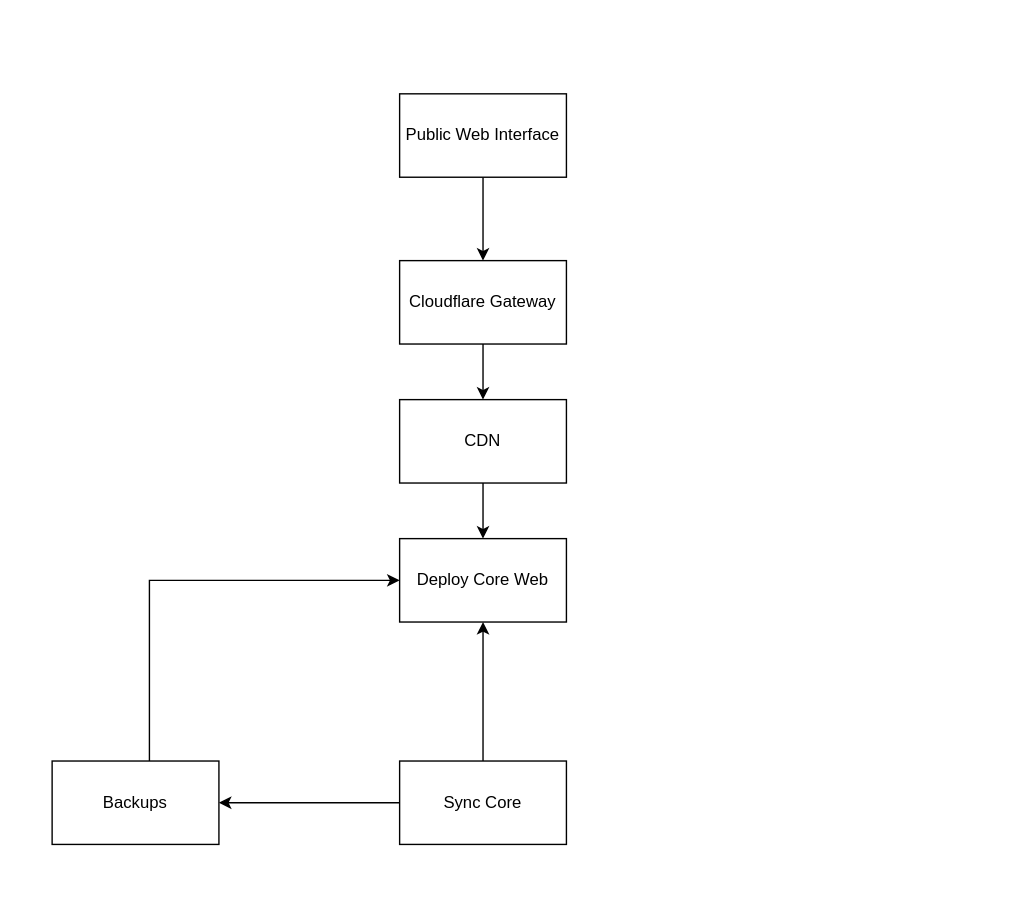
This is docs/webarch.drawio from FireEndymion235/Teyvatedu, a draw.io file, before an edit. Source tidied: cells renumbered, new cells numbered last; positions are measured from the earlier drawing's top-left corner, leaving out a move shared by most shapes. Both pictures are drawn from the tidied source at 139%, with x=0, y=0 at pixel (51, 93).
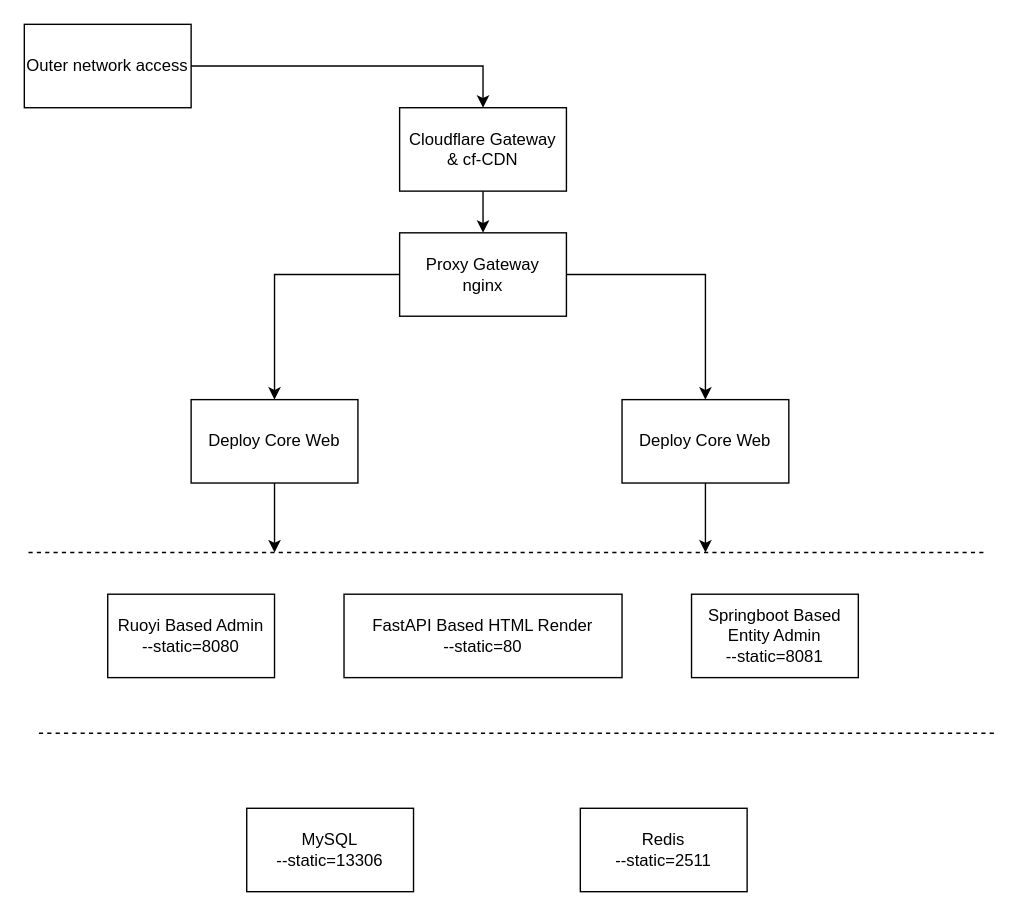
Above is the later version.

Commit message:
Project Refactoring Suggestions

What changed in the source:
```diff
@@
-    <mxCell id="3" value="Public Web Interface" style="rounded=0;whiteSpace=wrap;html=1;" parent="1" vertex="1">
-      <mxGeometry x="250" width="120" height="60" as="geometry" />
+    <mxCell id="3" value="Outer network access" style="rounded=0;whiteSpace=wrap;html=1;" parent="1" vertex="1">
+      <mxGeometry x="-20" y="-50" width="120" height="60" as="geometry" />
     </mxCell>
-    <mxCell id="4" style="edgeStyle=orthogonalEdgeStyle;rounded=0;jettySize=auto;html=1;entryX=0.5;entryY=0;entryDx=0;entryDy=0;" parent="1" edge="1" source="5" target="8">
-      <mxGeometry relative="1" as="geometry" />
-    </mxCell>
+    <mxCell id="14" style="edgeStyle=orthogonalEdgeStyle;rounded=0;jettySize=auto;html=1;" parent="1" edge="1" source="5" target="17">
+      <mxGeometry relative="1" as="geometry" />
+    </mxCell>
-    <mxCell id="5" value="Cloudflare Gateway" style="rounded=0;whiteSpace=wrap;html=1;" parent="1" vertex="1">
-      <mxGeometry x="250" y="120" width="120" height="60" as="geometry" />
+    <mxCell id="5" value="Cloudflare Gateway&lt;br&gt;&amp;amp; cf-CDN" style="rounded=0;whiteSpace=wrap;html=1;" parent="1" vertex="1">
+      <mxGeometry x="250" y="10" width="120" height="60" as="geometry" />
     </mxCell>
-    <mxCell id="6" value="Deploy Core Web" style="rounded=0;whiteSpace=wrap;html=1;" parent="1" vertex="1">
-      <mxGeometry x="250" y="320" width="120" height="60" as="geometry" />
-    </mxCell>
-    <mxCell id="7" style="edgeStyle=orthogonalEdgeStyle;rounded=0;jettySize=auto;html=1;entryX=0.5;entryY=0;entryDx=0;entryDy=0;" parent="1" edge="1" source="8" target="6">
-      <mxGeometry relative="1" as="geometry" />
-    </mxCell>
-    <mxCell id="8" value="CDN" style="rounded=0;whiteSpace=wrap;html=1;" parent="1" vertex="1">
-      <mxGeometry x="250" y="220" width="120" height="60" as="geometry" />
-    </mxCell>
-    <mxCell id="9" style="edgeStyle=orthogonalEdgeStyle;rounded=0;jettySize=auto;html=1;" parent="1" edge="1" source="10" target="6">
-      <mxGeometry relative="1" as="geometry">
-        <Array as="points">
-          <mxPoint x="70" y="350" />
-        </Array>
-      </mxGeometry>
-    </mxCell>
-    <mxCell id="10" value="Backups" style="rounded=0;whiteSpace=wrap;html=1;" parent="1" vertex="1">
-      <mxGeometry y="480" width="120" height="60" as="geometry" />
-    </mxCell>
-    <mxCell id="11" style="edgeStyle=orthogonalEdgeStyle;rounded=0;jettySize=auto;html=1;entryX=0.5;entryY=1;entryDx=0;entryDy=0;" parent="1" edge="1" source="13" target="6">
-      <mxGeometry relative="1" as="geometry" />
-    </mxCell>
-    <mxCell id="12" style="edgeStyle=orthogonalEdgeStyle;rounded=0;jettySize=auto;html=1;entryX=1;entryY=0.5;entryDx=0;entryDy=0;" parent="1" edge="1" source="13" target="10">
-      <mxGeometry relative="1" as="geometry" />
-    </mxCell>
-    <mxCell id="13" value="Sync Core" style="rounded=0;whiteSpace=wrap;html=1;" parent="1" vertex="1">
-      <mxGeometry x="250" y="480" width="120" height="60" as="geometry" />
-    </mxCell>
+    <mxCell id="15" style="edgeStyle=orthogonalEdgeStyle;rounded=0;jettySize=auto;html=1;entryX=0.5;entryY=0;entryDx=0;entryDy=0;" parent="1" edge="1" source="17" target="19">
+      <mxGeometry relative="1" as="geometry" />
+    </mxCell>
+    <mxCell id="16" style="edgeStyle=orthogonalEdgeStyle;rounded=0;jettySize=auto;html=1;entryX=0.5;entryY=0;entryDx=0;entryDy=0;" parent="1" edge="1" source="17" target="21">
+      <mxGeometry relative="1" as="geometry" />
+    </mxCell>
+    <mxCell id="17" value="Proxy Gateway&lt;br&gt;nginx" style="rounded=0;whiteSpace=wrap;html=1;" parent="1" vertex="1">
+      <mxGeometry x="250" y="100" width="120" height="60" as="geometry" />
+    </mxCell>
+    <mxCell id="18" style="edgeStyle=orthogonalEdgeStyle;rounded=0;jettySize=auto;html=1;" parent="1" edge="1" source="19">
+      <mxGeometry relative="1" as="geometry">
+        <mxPoint x="160" y="330" as="targetPoint" />
+      </mxGeometry>
+    </mxCell>
+    <mxCell id="19" value="Deploy Core Web" style="rounded=0;whiteSpace=wrap;html=1;" parent="1" vertex="1">
+      <mxGeometry x="100" y="220" width="120" height="60" as="geometry" />
+    </mxCell>
+    <mxCell id="20" style="edgeStyle=orthogonalEdgeStyle;rounded=0;jettySize=auto;html=1;" parent="1" edge="1" source="21">
+      <mxGeometry relative="1" as="geometry">
+        <mxPoint x="470" y="330" as="targetPoint" />
+      </mxGeometry>
+    </mxCell>
+    <mxCell id="21" value="Deploy Core Web" style="rounded=0;whiteSpace=wrap;html=1;" parent="1" vertex="1">
+      <mxGeometry x="410" y="220" width="120" height="60" as="geometry" />
+    </mxCell>
+    <mxCell id="22" value="Ruoyi Based Admin&lt;br&gt;--static=8080" style="rounded=0;whiteSpace=wrap;html=1;" parent="1" vertex="1">
+      <mxGeometry x="40" y="360" width="120" height="60" as="geometry" />
+    </mxCell>
+    <mxCell id="23" value="FastAPI Based HTML Render&lt;br&gt;--static=80" style="rounded=0;whiteSpace=wrap;html=1;" parent="1" vertex="1">
+      <mxGeometry x="210" y="360" width="200" height="60" as="geometry" />
+    </mxCell>
+    <mxCell id="24" value="Springboot Based Entity Admin&lt;br&gt;--static=8081" style="rounded=0;whiteSpace=wrap;html=1;" parent="1" vertex="1">
+      <mxGeometry x="460" y="360" width="120" height="60" as="geometry" />
+    </mxCell>
+    <mxCell id="25" style="endArrow=none;dashed=1;html=1;" parent="1" edge="1">
+      <mxGeometry relative="1" as="geometry">
+        <mxPoint x="670" y="330" as="sourcePoint" />
+        <mxPoint x="-20" y="330" as="targetPoint" />
+      </mxGeometry>
+    </mxCell>
+    <mxCell id="26" style="endArrow=none;dashed=1;html=1;" parent="1" edge="1">
+      <mxGeometry relative="1" as="geometry">
+        <mxPoint x="677.5" y="460" as="sourcePoint" />
+        <mxPoint x="-12.5" y="460" as="targetPoint" />
+      </mxGeometry>
+    </mxCell>
+    <mxCell id="27" value="MySQL&lt;br&gt;--static=13306" style="rounded=0;whiteSpace=wrap;html=1;" parent="1" vertex="1">
+      <mxGeometry x="140" y="514" width="120" height="60" as="geometry" />
+    </mxCell>
+    <mxCell id="28" value="Redis&lt;br&gt;--static=2511" style="rounded=0;whiteSpace=wrap;html=1;" parent="1" vertex="1">
+      <mxGeometry x="380" y="514" width="120" height="60" as="geometry" />
+    </mxCell>
```
